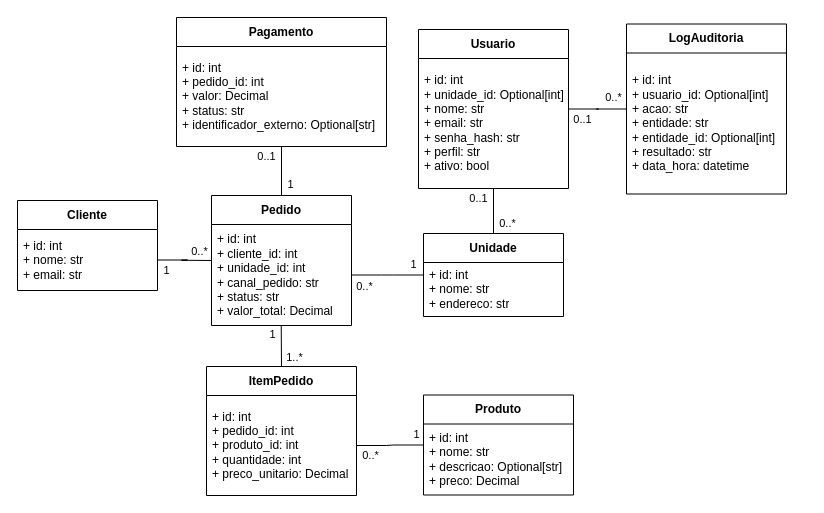
Earlier version of the draw.io diagram page "Diagrama de classes" (5 of 5) of docs/diagrams/DER_Raizes_do_Nordeste.drawio (Selomar/raizes-nordeste-api). Source tidied: cells renumbered, new cells numbered last; positions are measured from the earlier drawing's top-left corner, leaving out a move shared by most shapes. Both pictures are drawn from the tidied source at 100%, with x=0, y=0 at pixel (17, 17).
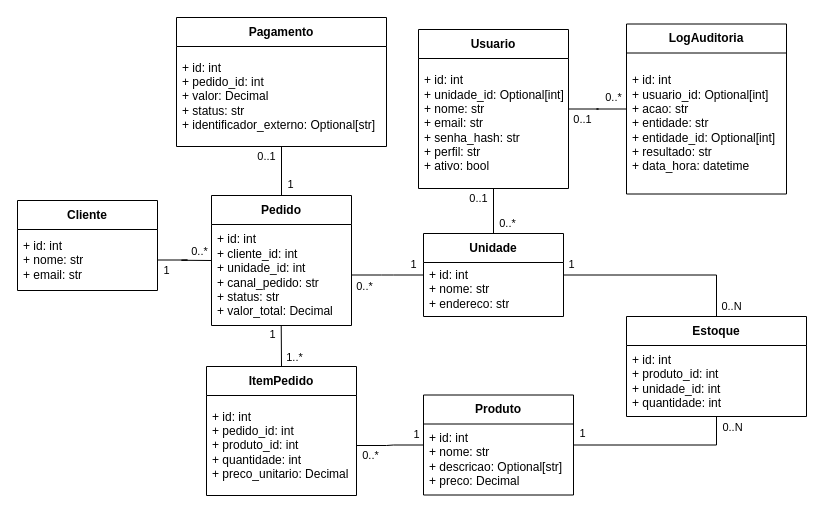
The same diagram, later.

Commit message (it also covers changes not shown here):
feat: implementa controle de estoque e atualiza testes

The change refers to these unchanged cells:
```xml
<mxCell id="9" value="Unidade" style="swimlane;fontStyle=1;align=center;verticalAlign=middle;horizontal=1;startSize=29;html=1;whiteSpace=wrap;" parent="1" vertex="1">
  <mxGeometry x="406" y="216" width="140" height="83" as="geometry" />
</mxCell>
<mxCell id="11" value="Produto" style="swimlane;fontStyle=1;align=center;verticalAlign=middle;horizontal=1;startSize=29;html=1;whiteSpace=wrap;" parent="1" vertex="1">
  <mxGeometry x="406" y="377.5" width="150" height="100" as="geometry" />
</mxCell>
```

What changed in the source:
```diff
@@
+    <mxCell id="39" style="edgeStyle=orthogonalEdgeStyle;rounded=0;jettySize=auto;html=1;defaultLabelBackgroundColor=page;labelPadding=0 4;endArrow=none;endFill=0;" parent="1" edge="1" source="45" target="9">
+      <mxGeometry relative="1" as="geometry">
+        <Array as="points">
+          <mxPoint x="699" y="257.5" />
+        </Array>
+      </mxGeometry>
+    </mxCell>
+    <mxCell id="40" value="1" style="edgeLabel;html=1;align=center;verticalAlign=middle;inheritText=1;defaultLabelBackgroundColor=page;labelPadding=0 4;" parent="39" vertex="1">
+      <mxGeometry x="0.92" relative="1" as="geometry">
+        <mxPoint y="-11" as="offset" />
+      </mxGeometry>
+    </mxCell>
+    <mxCell id="41" value="0..N" style="edgeLabel;html=1;align=center;verticalAlign=middle;inheritText=1;defaultLabelBackgroundColor=page;labelPadding=0 4;" parent="39" vertex="1">
+      <mxGeometry x="-0.93" relative="1" as="geometry">
+        <mxPoint x="14" y="-4" as="offset" />
+      </mxGeometry>
+    </mxCell>
+    <mxCell id="42" style="edgeStyle=orthogonalEdgeStyle;rounded=0;jettySize=auto;html=1;defaultLabelBackgroundColor=page;labelPadding=0 4;endArrow=none;endFill=0;" parent="1" edge="1" source="45" target="11">
+      <mxGeometry relative="1" as="geometry">
+        <Array as="points">
+          <mxPoint x="699" y="427.5" />
+        </Array>
+      </mxGeometry>
+    </mxCell>
+    <mxCell id="43" value="1" style="edgeLabel;html=1;align=center;verticalAlign=middle;inheritText=1;defaultLabelBackgroundColor=page;labelPadding=0 4;" parent="42" vertex="1">
+      <mxGeometry x="0.9" relative="1" as="geometry">
+        <mxPoint y="-12" as="offset" />
+      </mxGeometry>
+    </mxCell>
+    <mxCell id="44" value="0..N" style="edgeLabel;html=1;align=center;verticalAlign=middle;inheritText=1;defaultLabelBackgroundColor=page;labelPadding=0 4;" parent="42" vertex="1">
+      <mxGeometry x="-0.91" relative="1" as="geometry">
+        <mxPoint x="15" y="2" as="offset" />
+      </mxGeometry>
+    </mxCell>
+    <mxCell id="45" value="Estoque" style="swimlane;fontStyle=1;align=center;verticalAlign=middle;horizontal=1;startSize=29;html=1;whiteSpace=wrap;" parent="1" vertex="1">
+      <mxGeometry x="609" y="299" width="180" height="100" as="geometry" />
+    </mxCell>
+    <mxCell id="46" value="&lt;div&gt;+ id: int&lt;/div&gt;&lt;div&gt;+ produto_id: int&lt;/div&gt;&lt;div&gt;+&amp;nbsp;&lt;span style=&quot;background-color: transparent; color: light-dark(#000000, var(--ge-light-color, #ffffff));&quot;&gt;unidade_id: int&lt;/span&gt;&lt;/div&gt;&lt;div&gt;+ quantidade&lt;span style=&quot;background-color: transparent; color: light-dark(#000000, var(--ge-light-color, #ffffff));&quot;&gt;: int&lt;/span&gt;&lt;/div&gt;" style="text;html=1;strokeColor=none;fillColor=none;align=left;verticalAlign=middle;spacingLeft=4;spacingRight=4;overflow=hidden;whiteSpace=wrap;" parent="45" vertex="1">
+      <mxGeometry y="29" width="180" height="71" as="geometry" />
+    </mxCell>
```
